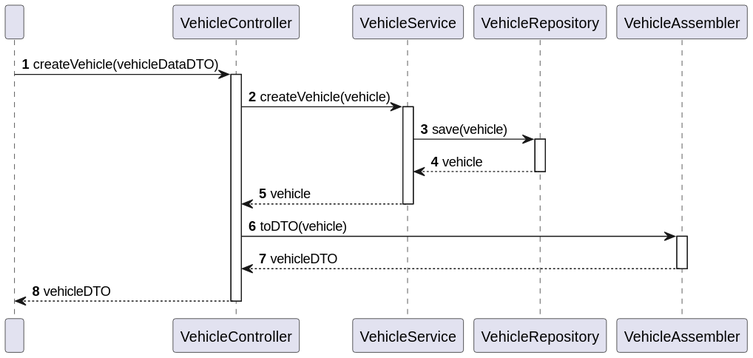
The PlantUML diagram docs/useCases/uc02_createVehicle/sd_uc02_v1.svg in olivDiogo/lap-time-simulator, before a commit.
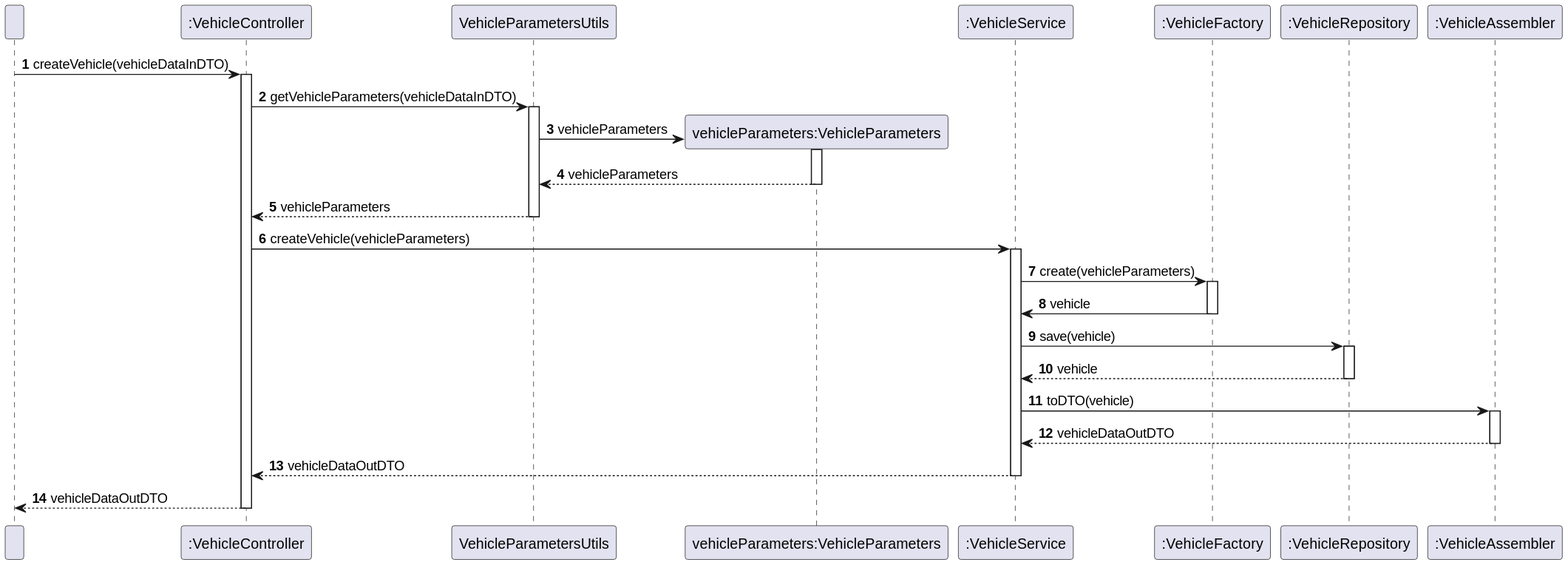
Later version of the same file.

The edit, as a diff of the source:
```diff
@@ -3,17 +3,39 @@
 autonumber
 
 participant " "
-participant VehicleController as CTRL
-participant VehicleService as SERV
-participant VehicleRepository as REPO
-participant VehicleAssembler as ASSEMBLER
+participant ":VehicleController" as CTRL
+participant VehicleParametersUtils as VehicleParametersUtils
+participant "vehicleParameters:VehicleParameters" as vehicleParameters
+participant ":VehicleService" as SERV
+participant ":VehicleFactory" as FACTORY
+participant ":VehicleRepository" as REPO
+participant ":VehicleAssembler" as ASSEMBLER
 
 
-" "-> CTRL: createVehicle(vehicleDataDTO)
+" " -> CTRL: createVehicle(vehicleDataInDTO)
 activate CTRL
 
-CTRL -> SERV: createVehicle(vehicle)
+CTRL -> VehicleParametersUtils: getVehicleParameters(vehicleDataInDTO)
+activate VehicleParametersUtils
+
+create vehicleParameters
+VehicleParametersUtils -> vehicleParameters: vehicleParameters
+activate vehicleParameters
+
+vehicleParameters --> VehicleParametersUtils: vehicleParameters
+deactivate vehicleParameters
+
+VehicleParametersUtils --> CTRL: vehicleParameters
+deactivate VehicleParametersUtils
+
+CTRL -> SERV: createVehicle(vehicleParameters)
 activate SERV
+
+SERV -> FACTORY: create(vehicleParameters)
+activate FACTORY
+
+FACTORY -> SERV: vehicle
+deactivate FACTORY
 
 SERV -> REPO: save(vehicle)
 activate REPO
@@ -21,15 +43,15 @@
 REPO --> SERV: vehicle
 deactivate REPO
 
-SERV --> CTRL: vehicle
+SERV -> ASSEMBLER: toDTO(vehicle)
+activate ASSEMBLER
+
+ASSEMBLER --> SERV: vehicleDataOutDTO
+deactivate ASSEMBLER
+
+SERV --> CTRL: vehicleDataOutDTO
 deactivate SERV
 
-CTRL -> ASSEMBLER: toDTO(vehicle)
-activate ASSEMBLER
-
-ASSEMBLER --> CTRL: vehicleDTO
-deactivate ASSEMBLER
-
-CTRL --> " ": vehicleDTO
+CTRL --> " ": vehicleDataOutDTO
 deactivate CTRL
 @enduml
```
